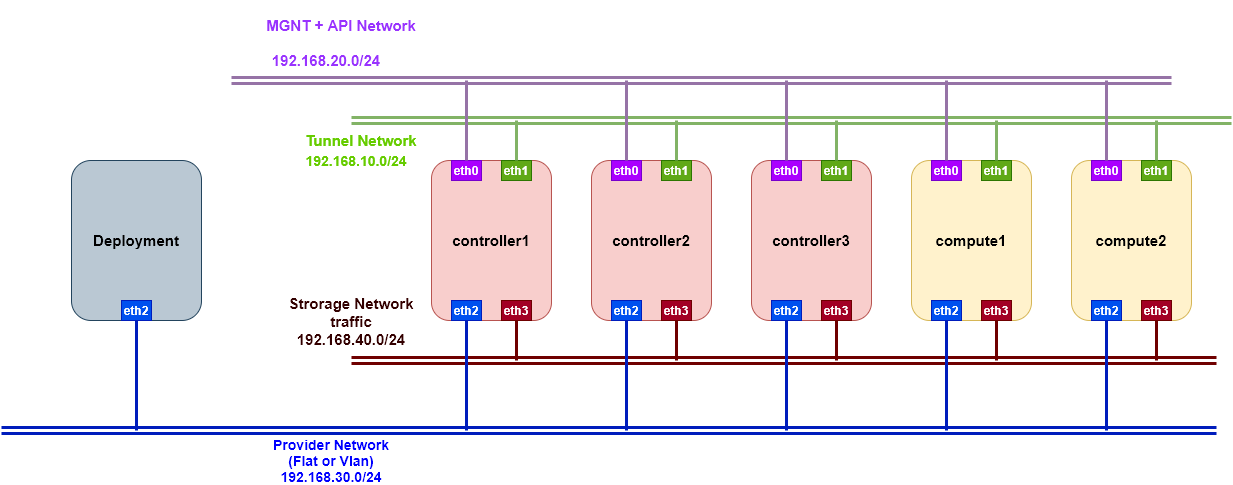
Above: Automation/Kolla-Ansible/ima/topology.png in vinhducnguyen1708/Internship-VNPT-IT (draw.io), before the change. Source tidied: cells renumbered, new cells last; positions are measured from the earlier drawing's top-left corner, leaving out a move shared by most shapes.
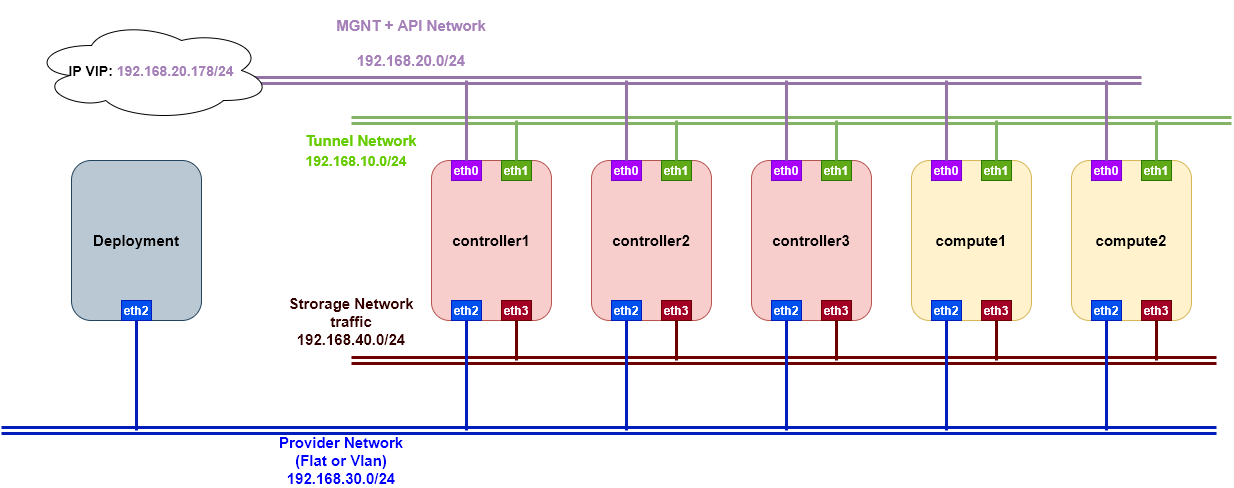
The same file after the commit.

The edit, as a diff of the source:
```diff
@@ -77,10 +77,10 @@
     <mxCell id="26" value="&lt;b&gt;eth3&lt;/b&gt;" style="rounded=0;whiteSpace=wrap;html=1;fillColor=#a20025;strokeColor=#6F0000;fontColor=#ffffff;" parent="1" vertex="1">
       <mxGeometry x="500" y="300" width="30" height="20" as="geometry" />
     </mxCell>
-    <mxCell id="27" style="shape=link;html=1;fillColor=#e1d5e7;strokeColor=#9673a6;strokeWidth=3;" parent="1" edge="1">
+    <mxCell id="27" style="shape=link;html=1;fillColor=#e1d5e7;strokeColor=#9673a6;strokeWidth=3;edgeStyle=orthogonalEdgeStyle;" parent="1" edge="1">
       <mxGeometry relative="1" as="geometry">
-        <mxPoint x="230" y="80" as="sourcePoint" />
-        <mxPoint x="1170" y="80" as="targetPoint" />
+        <mxPoint x="170" y="80" as="sourcePoint" />
+        <mxPoint x="1140" y="80" as="targetPoint" />
       </mxGeometry>
     </mxCell>
     <mxCell id="28" style="shape=link;html=1;fillColor=#d5e8d4;strokeColor=#82b366;strokeWidth=3;" parent="1" edge="1">
@@ -201,11 +201,11 @@
         <mxPoint x="1155" y="360" as="sourcePoint" />
       </mxGeometry>
     </mxCell>
-    <mxCell id="51" value="&lt;b style=&quot;font-size: 14px&quot;&gt;&lt;font color=&quot;#0000ff&quot; style=&quot;font-size: 14px&quot;&gt;Provider Network&lt;br&gt;(Flat or Vlan)&lt;br&gt;192.168.30.0/24&lt;br&gt;&lt;/font&gt;&lt;/b&gt;" style="text;html=1;strokeColor=none;fillColor=none;align=center;verticalAlign=middle;whiteSpace=wrap;rounded=0;" parent="1" vertex="1">
-      <mxGeometry x="270" y="440" width="120" height="40" as="geometry" />
+    <mxCell id="51" value="&lt;b style=&quot;font-size: 15px&quot;&gt;&lt;font color=&quot;#0000ff&quot; style=&quot;font-size: 15px&quot;&gt;Provider Network&lt;br&gt;(Flat or Vlan)&lt;br&gt;192.168.30.0/24&lt;br&gt;&lt;/font&gt;&lt;/b&gt;" style="text;html=1;strokeColor=none;fillColor=none;align=center;verticalAlign=middle;whiteSpace=wrap;rounded=0;" parent="1" vertex="1">
+      <mxGeometry x="270" y="440" width="140" height="40" as="geometry" />
     </mxCell>
-    <mxCell id="52" value="&lt;b&gt;&lt;font color=&quot;#9933ff&quot; style=&quot;font-size: 15px&quot;&gt;MGNT + API Network&lt;/font&gt;&lt;/b&gt;" style="text;html=1;strokeColor=none;fillColor=none;align=center;verticalAlign=middle;whiteSpace=wrap;rounded=0;" parent="1" vertex="1">
-      <mxGeometry x="260" width="160" height="50" as="geometry" />
+    <mxCell id="52" value="&lt;b&gt;&lt;font style=&quot;font-size: 15px&quot; color=&quot;#a680b8&quot;&gt;MGNT + API Network&lt;/font&gt;&lt;/b&gt;" style="text;html=1;strokeColor=none;fillColor=none;align=center;verticalAlign=middle;whiteSpace=wrap;rounded=0;" parent="1" vertex="1">
+      <mxGeometry x="330" width="160" height="50" as="geometry" />
     </mxCell>
     <mxCell id="53" value="&lt;b&gt;&lt;font style=&quot;font-size: 15px&quot; color=&quot;#66cc00&quot;&gt;Tunnel Network&lt;/font&gt;&lt;/b&gt;" style="text;html=1;strokeColor=none;fillColor=none;align=center;verticalAlign=middle;whiteSpace=wrap;rounded=0;" parent="1" vertex="1">
       <mxGeometry x="290" y="120" width="140" height="40" as="geometry" />
@@ -213,8 +213,8 @@
     <mxCell id="54" value="&lt;b style=&quot;font-size: 15px&quot;&gt;&lt;font style=&quot;font-size: 15px&quot; color=&quot;#330000&quot;&gt;Strorage Network traffic&lt;br&gt;192.168.40.0/24&lt;br&gt;&lt;br&gt;&lt;/font&gt;&lt;/b&gt;" style="text;html=1;strokeColor=none;fillColor=none;align=center;verticalAlign=middle;whiteSpace=wrap;rounded=0;" parent="1" vertex="1">
       <mxGeometry x="280" y="310" width="140" height="40" as="geometry" />
     </mxCell>
-    <mxCell id="55" value="&lt;font color=&quot;#9933ff&quot; size=&quot;1&quot;&gt;&lt;b style=&quot;font-size: 15px&quot;&gt;192.168.20.0/24&lt;/b&gt;&lt;/font&gt;" style="text;html=1;strokeColor=none;fillColor=none;align=center;verticalAlign=middle;whiteSpace=wrap;rounded=0;" parent="1" vertex="1">
-      <mxGeometry x="250" y="50" width="150" height="20" as="geometry" />
+    <mxCell id="55" value="&lt;font size=&quot;1&quot; color=&quot;#a680b8&quot;&gt;&lt;b style=&quot;font-size: 15px&quot;&gt;192.168.20.0/24&lt;/b&gt;&lt;/font&gt;" style="text;html=1;strokeColor=none;fillColor=none;align=center;verticalAlign=middle;whiteSpace=wrap;rounded=0;" parent="1" vertex="1">
+      <mxGeometry x="335" y="50" width="150" height="20" as="geometry" />
     </mxCell>
     <mxCell id="56" value="&lt;b&gt;&lt;font color=&quot;#66cc00&quot; style=&quot;font-size: 14px&quot;&gt;192.168.10.0/24&lt;/font&gt;&lt;/b&gt;" style="text;html=1;strokeColor=none;fillColor=none;align=center;verticalAlign=middle;whiteSpace=wrap;rounded=0;" parent="1" vertex="1">
       <mxGeometry x="280" y="150" width="150" height="20" as="geometry" />
@@ -230,5 +230,8 @@
     <mxCell id="59" value="&lt;b&gt;eth2&lt;/b&gt;" style="rounded=0;whiteSpace=wrap;html=1;fillColor=#0050ef;strokeColor=#001DBC;fontColor=#ffffff;" parent="1" vertex="1">
       <mxGeometry x="120" y="300" width="30" height="20" as="geometry" />
     </mxCell>
+    <mxCell id="60" value="&lt;b&gt;&lt;font style=&quot;font-size: 14px&quot;&gt;IP VIP: &lt;font color=&quot;#a680b8&quot;&gt;192.168.20.178/24&lt;/font&gt;&lt;/font&gt;&lt;/b&gt;" style="ellipse;shape=cloud;whiteSpace=wrap;html=1;" parent="1" vertex="1">
+      <mxGeometry x="30" y="20" width="240" height="100" as="geometry" />
+    </mxCell>
   </root>
 </mxGraphModel>
```
